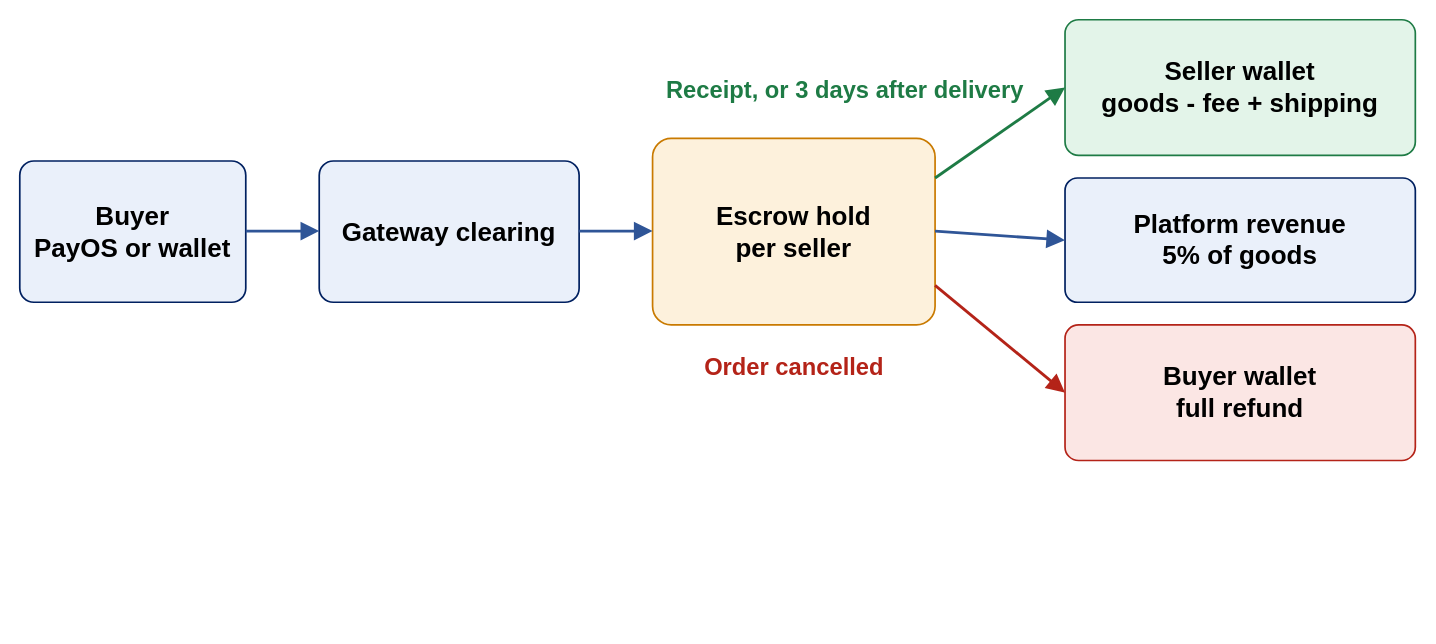
The draw.io diagram page "Escrow Flow" (10 of 13) of docs/system-design/drawio/12-slide-diagrams.drawio in tdat-dev/Zoldify_Backend, before the edit. Source tidied: cells renumbered, new cells numbered last; positions are measured from the earlier drawing's top-left corner, leaving out a move shared by most shapes. Both pictures are drawn from the tidied source at 113%, with x=0, y=0 at pixel (19, 19).
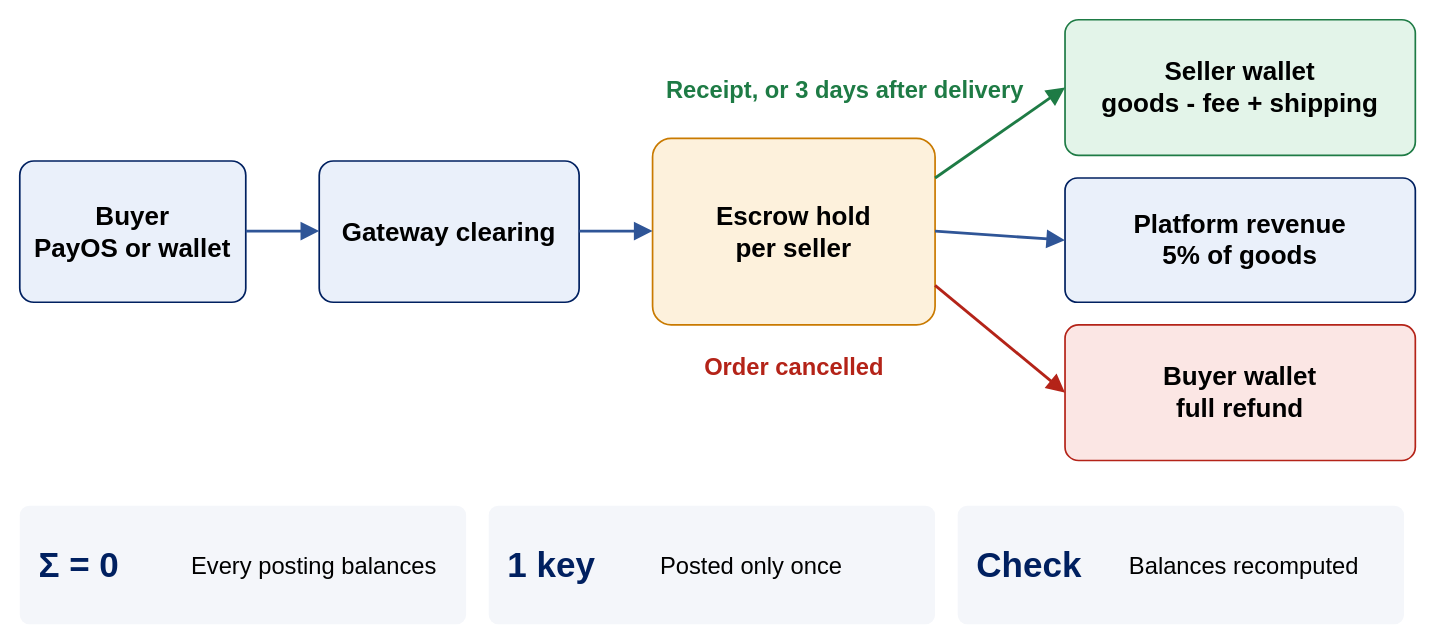
The same diagram, later.

Diff of the diagram source:
```diff
@@
+    <mxCell id="15" style="rounded=1;arcSize=8;whiteSpace=wrap;html=1;fillColor=#F4F6FA;strokeColor=none;fontFamily=Helvetica;fontColor=#000000;" parent="1" vertex="1">
+      <mxGeometry y="430" width="395" height="105" as="geometry" />
+    </mxCell>
+    <mxCell id="16" value="Σ = 0" style="text;html=1;whiteSpace=wrap;verticalAlign=middle;align=left;fontSize=31;fontStyle=1;fontFamily=Helvetica;fontColor=#002060;" parent="1" vertex="1">
+      <mxGeometry x="15" y="430" width="130" height="105" as="geometry" />
+    </mxCell>
+    <mxCell id="17" value="Every posting balances" style="text;html=1;whiteSpace=wrap;verticalAlign=middle;align=left;fontSize=21;fontStyle=0;fontFamily=Helvetica;fontColor=#000000;" parent="1" vertex="1">
+      <mxGeometry x="150" y="430" width="235" height="105" as="geometry" />
+    </mxCell>
+    <mxCell id="18" style="rounded=1;arcSize=8;whiteSpace=wrap;html=1;fillColor=#F4F6FA;strokeColor=none;fontFamily=Helvetica;fontColor=#000000;" parent="1" vertex="1">
+      <mxGeometry x="415" y="430" width="395" height="105" as="geometry" />
+    </mxCell>
+    <mxCell id="19" value="1 key" style="text;html=1;whiteSpace=wrap;verticalAlign=middle;align=left;fontSize=31;fontStyle=1;fontFamily=Helvetica;fontColor=#002060;" parent="1" vertex="1">
+      <mxGeometry x="430" y="430" width="130" height="105" as="geometry" />
+    </mxCell>
+    <mxCell id="20" value="Posted only once" style="text;html=1;whiteSpace=wrap;verticalAlign=middle;align=left;fontSize=21;fontStyle=0;fontFamily=Helvetica;fontColor=#000000;" parent="1" vertex="1">
+      <mxGeometry x="565" y="430" width="235" height="105" as="geometry" />
+    </mxCell>
+    <mxCell id="21" style="rounded=1;arcSize=8;whiteSpace=wrap;html=1;fillColor=#F4F6FA;strokeColor=none;fontFamily=Helvetica;fontColor=#000000;" parent="1" vertex="1">
+      <mxGeometry x="830" y="430" width="395" height="105" as="geometry" />
+    </mxCell>
+    <mxCell id="22" value="Check" style="text;html=1;whiteSpace=wrap;verticalAlign=middle;align=left;fontSize=31;fontStyle=1;fontFamily=Helvetica;fontColor=#002060;" parent="1" vertex="1">
+      <mxGeometry x="845" y="430" width="130" height="105" as="geometry" />
+    </mxCell>
+    <mxCell id="23" value="Balances recomputed" style="text;html=1;whiteSpace=wrap;verticalAlign=middle;align=left;fontSize=21;fontStyle=0;fontFamily=Helvetica;fontColor=#000000;" parent="1" vertex="1">
+      <mxGeometry x="980" y="430" width="235" height="105" as="geometry" />
+    </mxCell>
```
